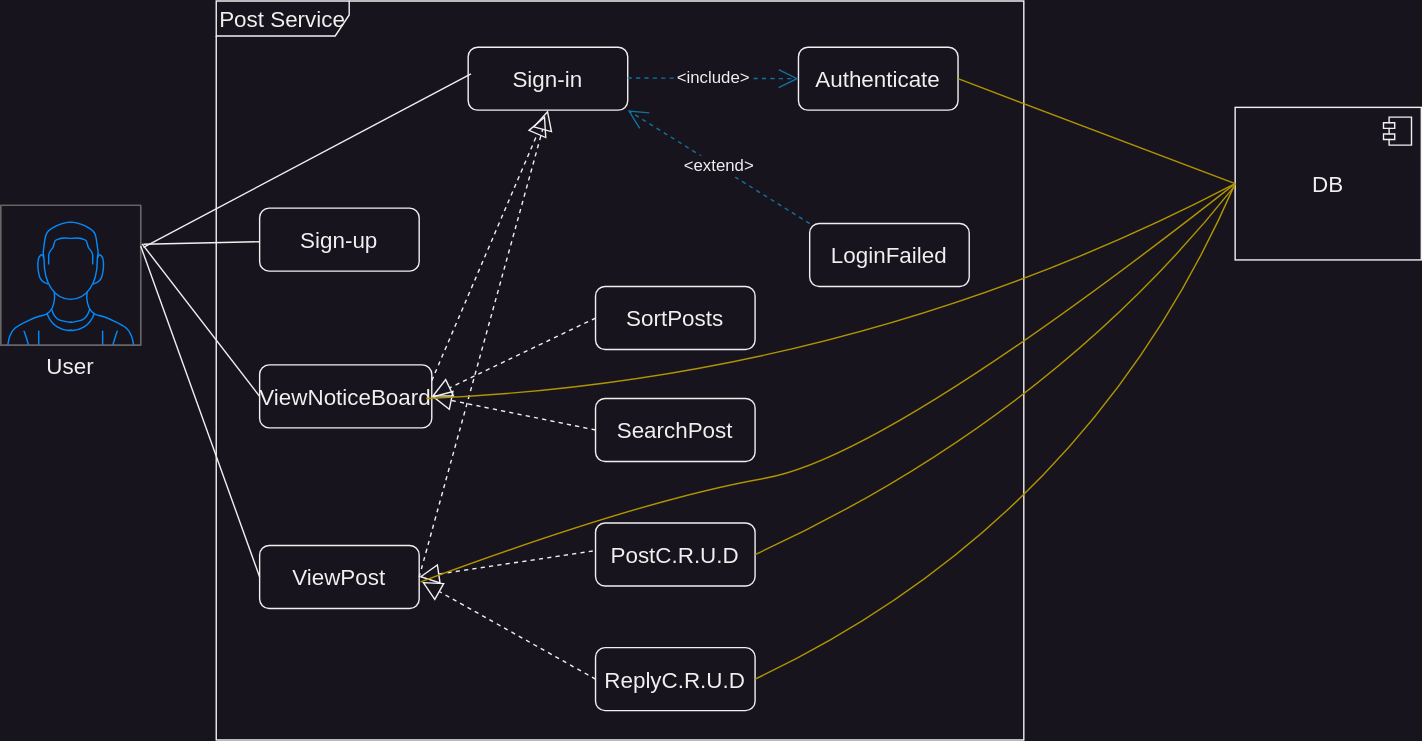
Before: document/useCase.drawio.svg, a diagram exported from draw.io (Minthug/StudySelf). Source tidied: cells renumbered, new cells last; positions are measured from the earlier drawing's top-left corner, leaving out a move shared by most shapes.
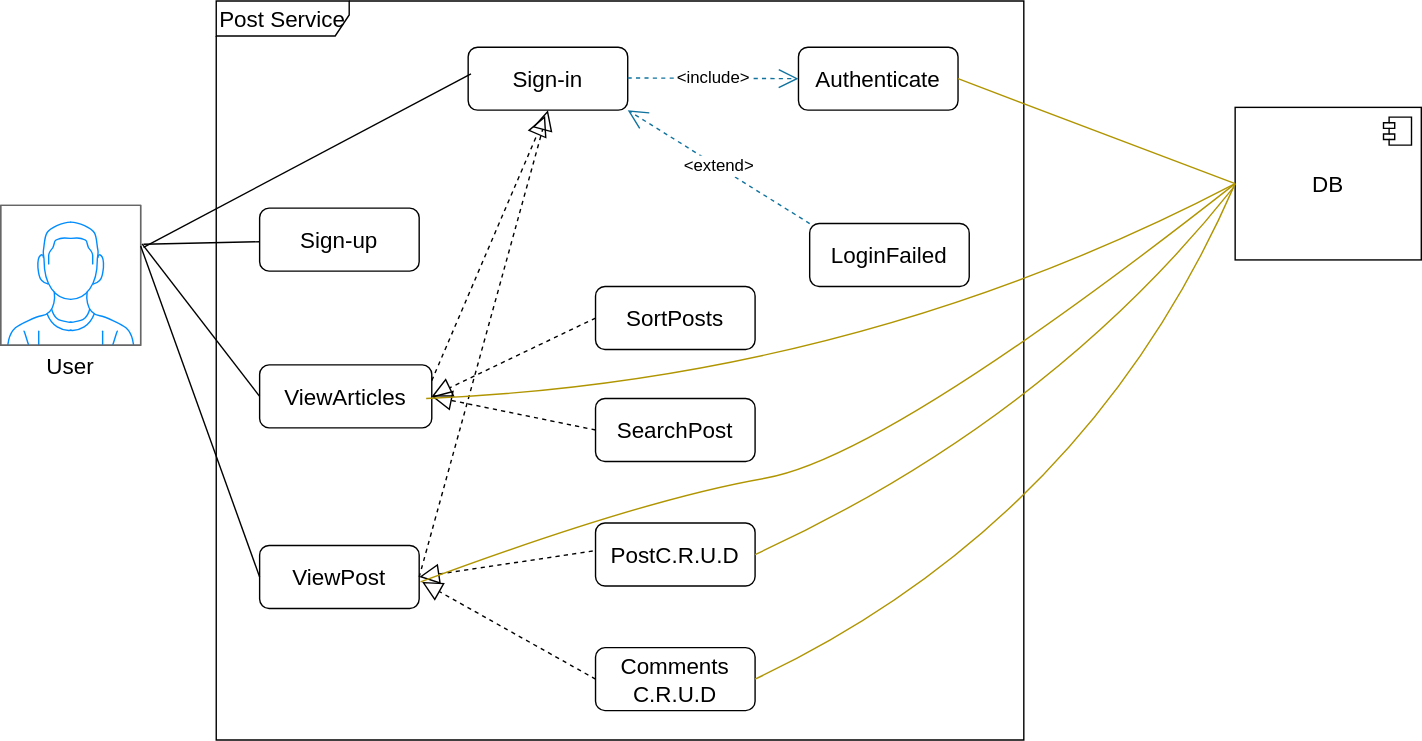
After the change.

Change to the diagram source:
```diff
@@ -32,10 +32,10 @@
     <mxCell id="11" value="PostC.R.U.D" style="rounded=1;whiteSpace=wrap;html=1;fontSize=16;" parent="1" vertex="1">
       <mxGeometry x="425" y="373" width="114" height="45" as="geometry" />
     </mxCell>
-    <mxCell id="12" value="ReplyC.R.U.D" style="rounded=1;whiteSpace=wrap;html=1;fontSize=16;" parent="1" vertex="1">
+    <mxCell id="12" value="Comments&lt;br&gt;C.R.U.D" style="rounded=1;whiteSpace=wrap;html=1;fontSize=16;" parent="1" vertex="1">
       <mxGeometry x="425" y="462" width="114" height="45" as="geometry" />
     </mxCell>
-    <mxCell id="13" value="ViewNoticeBoard" style="rounded=1;whiteSpace=wrap;html=1;fontSize=16;" parent="1" vertex="1">
+    <mxCell id="13" value="ViewArticles" style="rounded=1;whiteSpace=wrap;html=1;fontSize=16;" parent="1" vertex="1">
       <mxGeometry x="185" y="260" width="123" height="45" as="geometry" />
     </mxCell>
     <mxCell id="14" style="verticalLabelPosition=bottom;shadow=0;dashed=0;align=center;html=1;verticalAlign=top;strokeWidth=1;shape=mxgraph.mockup.containers.userMale;strokeColor=#666666;strokeColor2=#008cff;fontSize=16;" parent="1" vertex="1">
```
